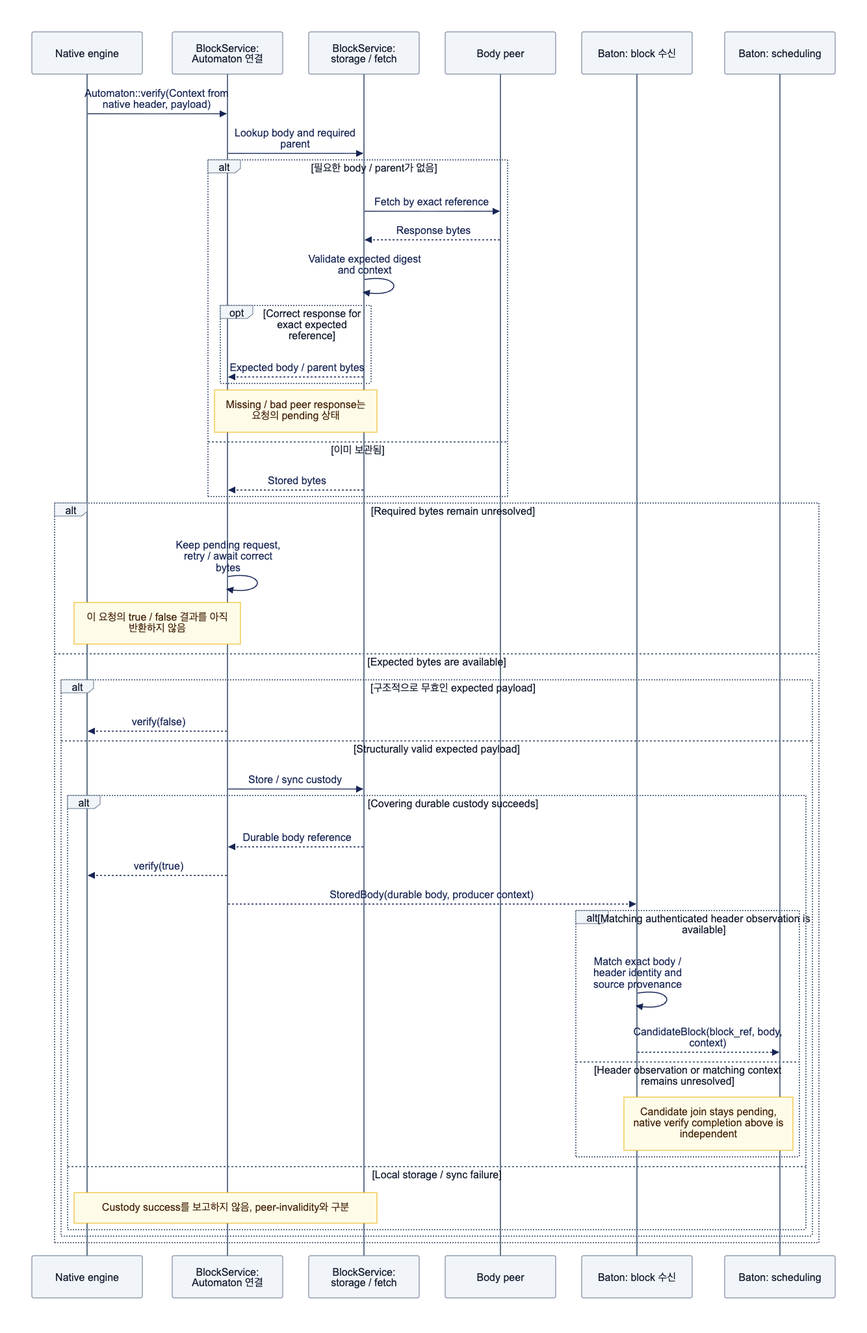
The Mermaid diagram docs/assets/diagrams/diagram-05.png in djm07073/baton-research, before a commit. Its source is kept beside it as docs/assets/diagrams/diagram-05.mmd.
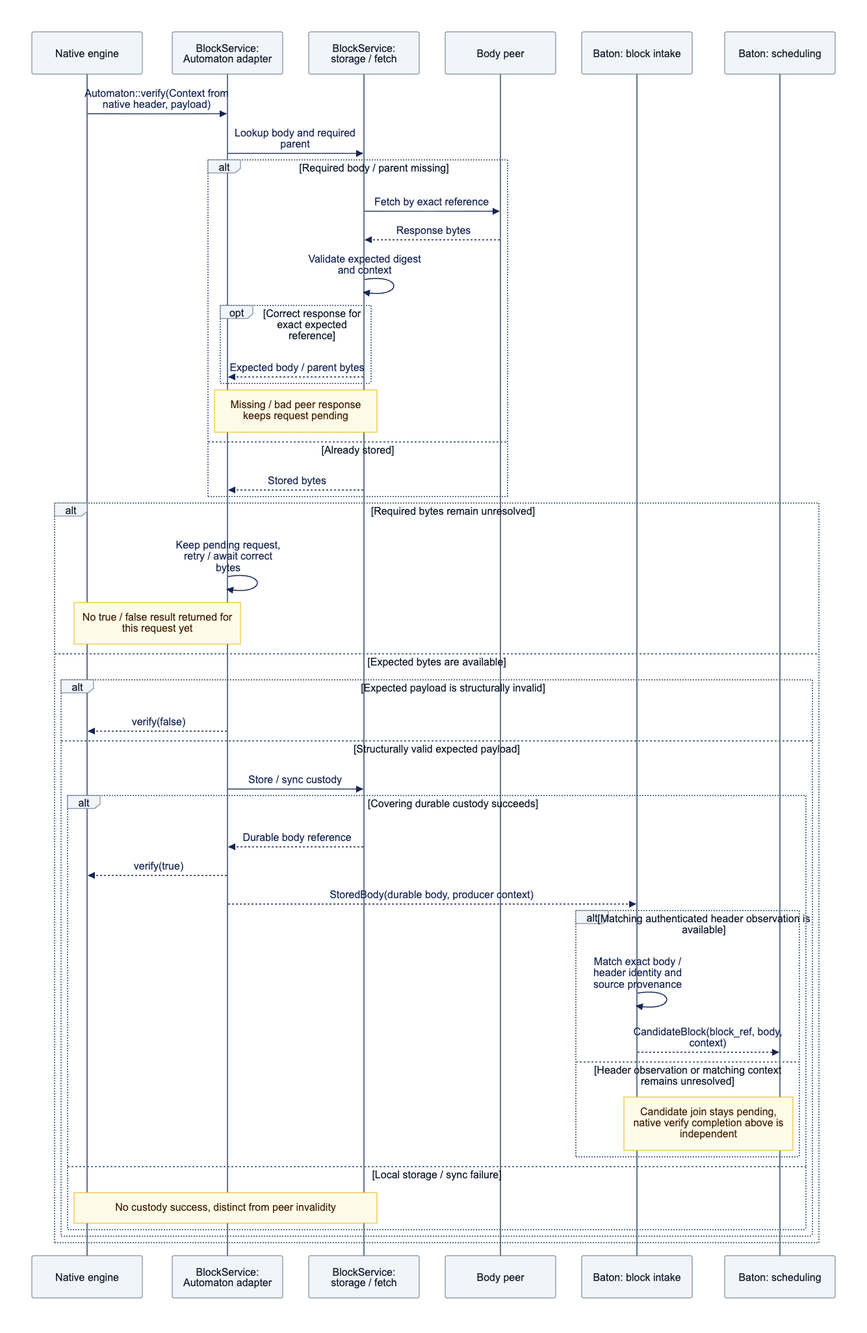
Later version of the same file.

What changed in the source:
```diff
@@ -1,28 +1,28 @@
 sequenceDiagram
     participant N as Native engine
-    participant A as BlockService: Automaton 연결
+    participant A as BlockService: Automaton adapter
     participant S as BlockService: storage / fetch
     participant P as Body peer
-    participant I as Baton: block 수신
+    participant I as Baton: block intake
     participant B as Baton: scheduling
     N->>A: Automaton::verify(Context from native header, payload)
     A->>S: Lookup body and required parent
-    alt 필요한 body / parent가 없음
+    alt Required body / parent missing
         S->>P: Fetch by exact reference
         P-->>S: Response bytes
         S->>S: Validate expected digest and context
         opt Correct response for exact expected reference
             S-->>A: Expected body / parent bytes
         end
-        Note over A,S: Missing / bad peer response는 요청의 pending 상태
-    else 이미 보관됨
+        Note over A,S: Missing / bad peer response keeps request pending
+    else Already stored
         S-->>A: Stored bytes
     end
     alt Required bytes remain unresolved
         A->>A: Keep pending request, retry / await correct bytes
-        Note over N,A: 이 요청의 true / false 결과를 아직 반환하지 않음
+        Note over N,A: No true / false result returned for this request yet
     else Expected bytes are available
-        alt 구조적으로 무효인 expected payload
+        alt Expected payload is structurally invalid
             A-->>N: verify(false)
         else Structurally valid expected payload
             A->>S: Store / sync custody
@@ -37,7 +37,7 @@
                     Note over I,B: Candidate join stays pending, native verify completion above is independent
                 end
             else Local storage / sync failure
-                Note over N,S: Custody success를 보고하지 않음, peer-invalidity와 구분
+                Note over N,S: No custody success, distinct from peer invalidity
             end
         end
     end
```
